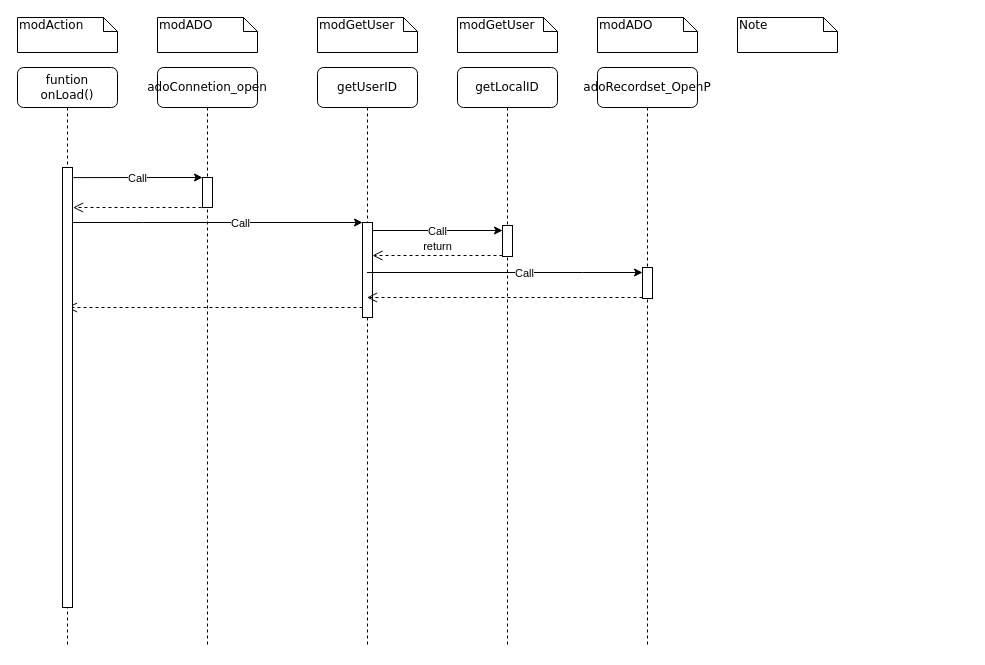
HuckiNB2019/VBA keeps this draw.io diagram as sequenz2.drawio. Above is the earlier version. Source tidied: cells renumbered, new cells numbered last; positions are measured from the earlier drawing's top-left corner, leaving out a move shared by most shapes. Both pictures are drawn from the tidied source at 100%, with x=0, y=0 at pixel (17, 17).
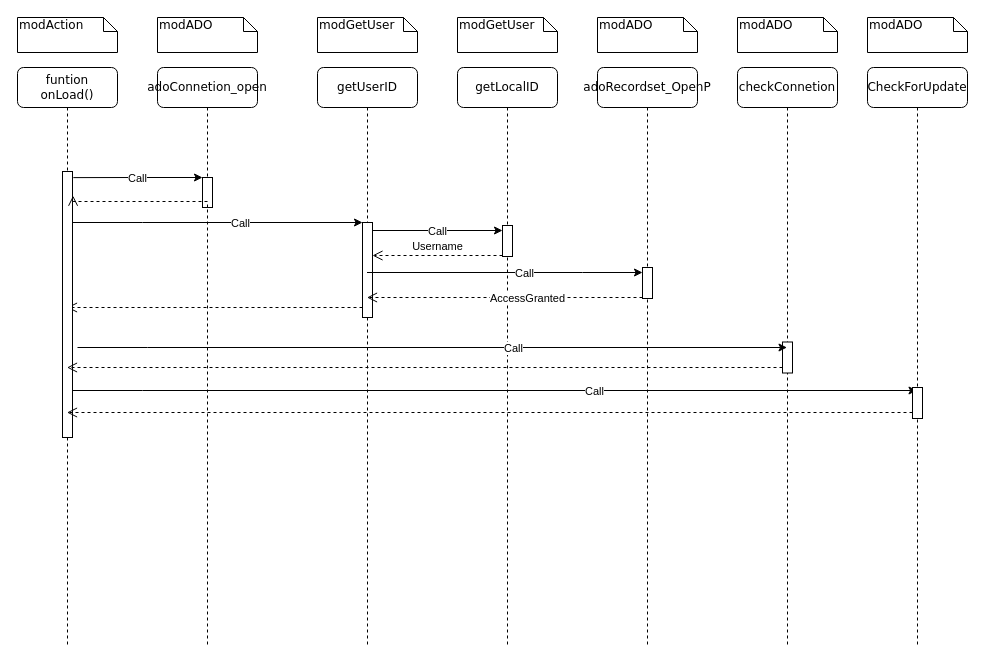
Above is the later version.

The change refers to these unchanged cells:
```xml
<mxCell id="10" style="html=1;points=[];perimeter=orthogonalPerimeter;outlineConnect=0;targetShapes=umlLifeline;portConstraint=eastwest;newEdgeStyle={&quot;edgeStyle&quot;:&quot;elbowEdgeStyle&quot;,&quot;elbow&quot;:&quot;vertical&quot;,&quot;curved&quot;:0,&quot;rounded&quot;:0};" parent="9" vertex="1">
  <mxGeometry x="45" y="158" width="10" height="31" as="geometry" />
</mxCell>
<mxCell id="13" value="adoRecordset_OpenP" style="shape=umlLifeline;perimeter=lifelinePerimeter;whiteSpace=wrap;html=1;rounded=1;shadow=0;comic=0;labelBackgroundColor=none;strokeWidth=1;fontFamily=Verdana;fontSize=12;align=center;" parent="1" vertex="1">
  <mxGeometry x="580" y="50" width="100" height="580" as="geometry" />
</mxCell>
<mxCell id="15" value="funtion onLoad()" style="shape=umlLifeline;perimeter=lifelinePerimeter;whiteSpace=wrap;html=1;outlineConnect=0;rounded=1;shadow=0;comic=0;labelBackgroundColor=none;strokeWidth=1;fontFamily=Verdana;fontSize=12;align=center;" parent="1" vertex="1">
  <mxGeometry y="50" width="100" height="580" as="geometry" />
</mxCell>
<mxCell id="29" style="html=1;verticalAlign=bottom;endArrow=open;dashed=1;endSize=8;edgeStyle=elbowEdgeStyle;elbow=vertical;curved=0;rounded=0;" parent="1" edge="1" source="14" target="7">
  <mxGeometry relative="1" as="geometry">
    <Array as="points">
      <mxPoint x="530" y="280" />
    </Array>
  </mxGeometry>
</mxCell>
```

Diff of the diagram source:
```diff
@@
+    <mxCell id="30" style="endArrow=classic;html=1;rounded=0;" parent="13" edge="1">
+      <mxGeometry relative="1" as="geometry">
+        <mxPoint x="-525" y="323" as="sourcePoint" />
+        <mxPoint x="319.5" y="323" as="targetPoint" />
+        <Array as="points">
+          <mxPoint x="-455" y="323" />
+        </Array>
+      </mxGeometry>
+    </mxCell>
+    <mxCell id="31" value="Call" style="edgeLabel;html=1;align=center;verticalAlign=middle;" parent="30" vertex="1">
+      <mxGeometry x="0.28" y="3" relative="1" as="geometry">
+        <mxPoint x="-19" y="3" as="offset" />
+      </mxGeometry>
+    </mxCell>
@@
     <mxCell id="16" style="html=1;points=[];perimeter=orthogonalPerimeter;rounded=0;shadow=0;comic=0;labelBackgroundColor=none;strokeWidth=1;fontFamily=Verdana;fontSize=12;align=center;" parent="15" vertex="1">
-      <mxGeometry x="45" y="100" width="10" height="440" as="geometry" />
+      <mxGeometry x="45" y="104" width="10" height="266" as="geometry" />
     </mxCell>
@@
-    <mxCell id="22" value="Note" style="shape=note;whiteSpace=wrap;html=1;size=14;verticalAlign=top;align=left;spacingTop=-6;rounded=0;shadow=0;comic=0;labelBackgroundColor=none;strokeWidth=1;fontFamily=Verdana;fontSize=12;" parent="1" vertex="1">
+    <mxCell id="22" value="modADO" style="shape=note;whiteSpace=wrap;html=1;size=14;verticalAlign=top;align=left;spacingTop=-6;rounded=0;shadow=0;comic=0;labelBackgroundColor=none;strokeWidth=1;fontFamily=Verdana;fontSize=12;" parent="1" vertex="1">
       <mxGeometry x="720" width="100" height="35" as="geometry" />
     </mxCell>
@@
-    <mxCell id="26" value="return" style="html=1;verticalAlign=bottom;endArrow=open;dashed=1;endSize=8;edgeStyle=elbowEdgeStyle;elbow=vertical;curved=0;rounded=0;" parent="1" edge="1" source="10">
+    <mxCell id="26" value="Username" style="html=1;verticalAlign=bottom;endArrow=open;dashed=1;endSize=8;edgeStyle=elbowEdgeStyle;elbow=vertical;curved=0;rounded=0;" parent="1" edge="1" source="10">
       <mxGeometry relative="1" as="geometry">
         <mxPoint x="355" y="238" as="targetPoint" />
         <Array as="points">
           <mxPoint x="390" y="238" />
         </Array>
       </mxGeometry>
     </mxCell>
@@
+    <mxCell id="32" value="AccessGranted" style="edgeLabel;html=1;align=center;verticalAlign=middle;" parent="29" vertex="1">
+      <mxGeometry x="-0.16" relative="1" as="geometry" />
+    </mxCell>
+    <mxCell id="33" value="checkConnetion" style="shape=umlLifeline;perimeter=lifelinePerimeter;whiteSpace=wrap;html=1;outlineConnect=0;rounded=1;shadow=0;comic=0;labelBackgroundColor=none;strokeWidth=1;fontFamily=Verdana;fontSize=12;align=center;" parent="1" vertex="1">
+      <mxGeometry x="720" y="50" width="100" height="580" as="geometry" />
+    </mxCell>
+    <mxCell id="34" style="html=1;perimeter=orthogonalPerimeter;targetShapes=umlLifeline;newEdgeStyle={&quot;edgeStyle&quot;:&quot;elbowEdgeStyle&quot;,&quot;elbow&quot;:&quot;vertical&quot;,&quot;curved&quot;:0,&quot;rounded&quot;:0};" parent="33" vertex="1">
+      <mxGeometry x="45" y="274.5" width="10" height="31" as="geometry" />
+    </mxCell>
+    <mxCell id="35" style="html=1;verticalAlign=bottom;endArrow=open;dashed=1;endSize=8;edgeStyle=elbowEdgeStyle;elbow=vertical;curved=0;rounded=0;" parent="33" edge="1" target="15">
+      <mxGeometry relative="1" as="geometry">
+        <mxPoint x="45" y="300" as="sourcePoint" />
+        <Array as="points">
+          <mxPoint x="-50" y="300" />
+        </Array>
+      </mxGeometry>
+    </mxCell>
+    <mxCell id="36" value="modADO" style="shape=note;whiteSpace=wrap;html=1;size=14;verticalAlign=top;align=left;spacingTop=-6;rounded=0;shadow=0;comic=0;labelBackgroundColor=none;strokeWidth=1;fontFamily=Verdana;fontSize=12;" parent="1" vertex="1">
+      <mxGeometry x="850" width="100" height="35" as="geometry" />
+    </mxCell>
+    <mxCell id="37" value="CheckForUpdate" style="shape=umlLifeline;perimeter=lifelinePerimeter;whiteSpace=wrap;html=1;rounded=1;shadow=0;comic=0;labelBackgroundColor=none;strokeWidth=1;fontFamily=Verdana;fontSize=12;align=center;" parent="1" vertex="1">
+      <mxGeometry x="850" y="50" width="100" height="580" as="geometry" />
+    </mxCell>
+    <mxCell id="38" style="html=1;perimeter=orthogonalPerimeter;targetShapes=umlLifeline;newEdgeStyle={&quot;edgeStyle&quot;:&quot;elbowEdgeStyle&quot;,&quot;elbow&quot;:&quot;vertical&quot;,&quot;curved&quot;:0,&quot;rounded&quot;:0};" parent="37" vertex="1">
+      <mxGeometry x="45" y="320" width="10" height="31" as="geometry" />
+    </mxCell>
+    <mxCell id="39" style="html=1;verticalAlign=bottom;endArrow=open;dashed=1;endSize=8;edgeStyle=elbowEdgeStyle;elbow=vertical;curved=0;rounded=0;" parent="37" edge="1" target="15">
+      <mxGeometry relative="1" as="geometry">
+        <mxPoint x="45" y="345" as="sourcePoint" />
+        <Array as="points">
+          <mxPoint x="-50" y="345" />
+        </Array>
+      </mxGeometry>
+    </mxCell>
+    <mxCell id="40" style="endArrow=classic;html=1;rounded=0;" parent="1" edge="1" target="33">
+      <mxGeometry relative="1" as="geometry">
+        <mxPoint x="60" y="330" as="sourcePoint" />
+        <Array as="points">
+          <mxPoint x="130" y="330" />
+        </Array>
+      </mxGeometry>
+    </mxCell>
+    <mxCell id="41" value="Call" style="edgeLabel;html=1;align=center;verticalAlign=middle;" parent="40" vertex="1">
+      <mxGeometry x="0.28" y="3" relative="1" as="geometry">
+        <mxPoint x="-19" y="3" as="offset" />
+      </mxGeometry>
+    </mxCell>
```
